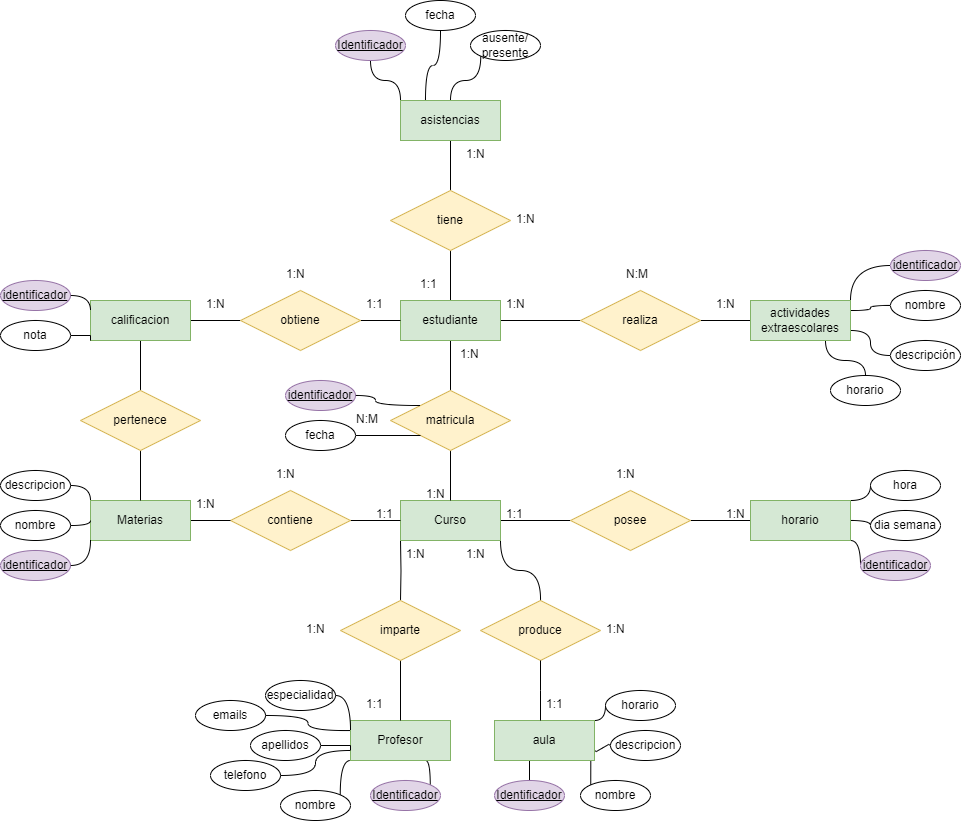
Earlier version of the draw.io export Unidad-1/Tareas/Tarea-8/tarea8.drawio.png (jdrguez/2-Daw). Source tidied: cells renumbered, new cells last; positions are measured from the earlier drawing's top-left corner, leaving out a move shared by most shapes.
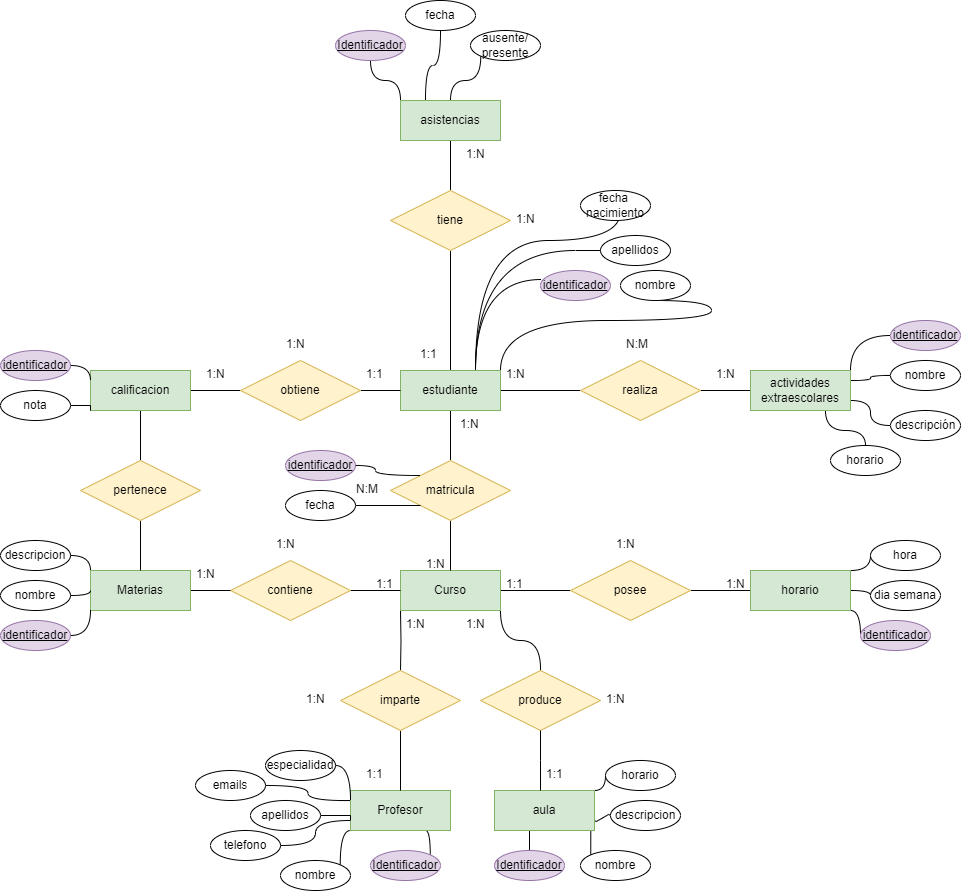
The same file after the commit.

The edit, as a diff of the source:
```diff
@@ -27,6 +27,27 @@
     <mxCell id="8" style="edgeStyle=orthogonalEdgeStyle;rounded=0;jettySize=auto;html=1;exitX=0.5;exitY=0;exitDx=0;exitDy=0;entryX=0.5;entryY=1;entryDx=0;entryDy=0;endArrow=none;endFill=0;" parent="1" edge="1" source="9" target="28">
       <mxGeometry relative="1" as="geometry" />
     </mxCell>
+    <mxCell id="116" style="edgeStyle=orthogonalEdgeStyle;rounded=0;jettySize=auto;html=1;exitX=0.75;exitY=0;exitDx=0;exitDy=0;curved=1;endArrow=none;endFill=0;entryX=0.014;entryY=0.3;entryDx=0;entryDy=0;entryPerimeter=0;" parent="1" edge="1" source="9" target="119">
+      <mxGeometry relative="1" as="geometry" />
+    </mxCell>
+    <mxCell id="117" style="edgeStyle=orthogonalEdgeStyle;rounded=0;jettySize=auto;html=1;exitX=1;exitY=0;exitDx=0;exitDy=0;curved=1;endArrow=none;endFill=0;entryX=0.5;entryY=1;entryDx=0;entryDy=0;" parent="1" edge="1" source="9" target="120">
+      <mxGeometry relative="1" as="geometry">
+        <Array as="points">
+          <mxPoint x="500" y="250" />
+          <mxPoint x="711" y="250" />
+          <mxPoint x="711" y="230" />
+        </Array>
+      </mxGeometry>
+    </mxCell>
+    <mxCell id="118" style="edgeStyle=orthogonalEdgeStyle;rounded=0;jettySize=auto;html=1;exitX=0.75;exitY=0;exitDx=0;exitDy=0;curved=1;endArrow=none;endFill=0;" parent="1" edge="1" source="9">
+      <mxGeometry relative="1" as="geometry">
+        <mxPoint x="620" y="140" as="targetPoint" />
+        <Array as="points">
+          <mxPoint x="475" y="170" />
+          <mxPoint x="621" y="170" />
+        </Array>
+      </mxGeometry>
+    </mxCell>
     <mxCell id="9" value="estudiante" style="whiteSpace=wrap;html=1;align=center;fillColor=#d5e8d4;strokeColor=#82b366;" parent="1" vertex="1">
       <mxGeometry x="400" y="300" width="100" height="40" as="geometry" />
     </mxCell>
@@ -85,7 +106,7 @@
       <mxGeometry relative="1" as="geometry" />
     </mxCell>
     <mxCell id="28" value="tiene" style="shape=rhombus;perimeter=rhombusPerimeter;whiteSpace=wrap;html=1;align=center;fillColor=#fff2cc;strokeColor=#d6b656;" parent="1" vertex="1">
-      <mxGeometry x="390" y="190" width="120" height="60" as="geometry" />
+      <mxGeometry x="390" y="120" width="120" height="60" as="geometry" />
     </mxCell>
     <mxCell id="29" style="edgeStyle=orthogonalEdgeStyle;rounded=0;jettySize=auto;html=1;exitX=0.25;exitY=0;exitDx=0;exitDy=0;entryX=0.5;entryY=1;entryDx=0;entryDy=0;curved=1;endArrow=none;endFill=0;" parent="1" edge="1" source="31" target="101">
       <mxGeometry relative="1" as="geometry" />
@@ -94,7 +115,7 @@
       <mxGeometry relative="1" as="geometry" />
     </mxCell>
     <mxCell id="31" value="asistencias" style="whiteSpace=wrap;html=1;align=center;fillColor=#d5e8d4;strokeColor=#82b366;" parent="1" vertex="1">
-      <mxGeometry x="400" y="100" width="100" height="40" as="geometry" />
+      <mxGeometry x="400" y="30" width="100" height="40" as="geometry" />
     </mxCell>
     <mxCell id="32" style="edgeStyle=orthogonalEdgeStyle;rounded=0;jettySize=auto;html=1;entryX=0;entryY=0.5;entryDx=0;entryDy=0;endArrow=none;endFill=0;" parent="1" edge="1" source="33" target="38">
       <mxGeometry relative="1" as="geometry" />
@@ -219,13 +240,13 @@
       <mxGeometry x="620" y="260" width="40" height="30" as="geometry" />
     </mxCell>
     <mxCell id="72" value="1:N" style="text;strokeColor=none;fillColor=none;spacingLeft=4;spacingRight=4;overflow=hidden;fontSize=12;whiteSpace=wrap;html=1;" parent="1" vertex="1">
-      <mxGeometry x="460" y="140" width="40" height="30" as="geometry" />
+      <mxGeometry x="460" y="70" width="40" height="30" as="geometry" />
     </mxCell>
     <mxCell id="73" value="1:1" style="text;strokeColor=none;fillColor=none;spacingLeft=4;spacingRight=4;overflow=hidden;fontSize=12;whiteSpace=wrap;html=1;" parent="1" vertex="1">
       <mxGeometry x="414" y="270" width="40" height="30" as="geometry" />
     </mxCell>
     <mxCell id="74" value="1:N" style="text;strokeColor=none;fillColor=none;spacingLeft=4;spacingRight=4;overflow=hidden;fontSize=12;whiteSpace=wrap;html=1;" parent="1" vertex="1">
-      <mxGeometry x="510" y="205" width="40" height="30" as="geometry" />
+      <mxGeometry x="510" y="135" width="40" height="30" as="geometry" />
     </mxCell>
     <mxCell id="75" value="&lt;u&gt;Identificador&lt;/u&gt;" style="ellipse;whiteSpace=wrap;html=1;align=center;fillColor=#e1d5e7;strokeColor=#9673a6;" parent="1" vertex="1">
       <mxGeometry x="494" y="780" width="70" height="30" as="geometry" />
@@ -305,13 +326,13 @@
       <mxGeometry relative="1" as="geometry" />
     </mxCell>
     <mxCell id="100" value="&lt;u&gt;Identificador&lt;/u&gt;" style="ellipse;whiteSpace=wrap;html=1;align=center;fillColor=#e1d5e7;strokeColor=#9673a6;" parent="1" vertex="1">
-      <mxGeometry x="335" y="30" width="70" height="30" as="geometry" />
+      <mxGeometry x="335" y="-40" width="70" height="30" as="geometry" />
     </mxCell>
     <mxCell id="101" value="fecha" style="ellipse;whiteSpace=wrap;html=1;align=center;" parent="1" vertex="1">
-      <mxGeometry x="405" width="70" height="30" as="geometry" />
+      <mxGeometry x="405" y="-70" width="70" height="30" as="geometry" />
     </mxCell>
     <mxCell id="102" value="ausente/&lt;br&gt;presente" style="ellipse;whiteSpace=wrap;html=1;align=center;" parent="1" vertex="1">
-      <mxGeometry x="470" y="30" width="70" height="30" as="geometry" />
+      <mxGeometry x="470" y="-40" width="70" height="30" as="geometry" />
     </mxCell>
     <mxCell id="103" style="edgeStyle=orthogonalEdgeStyle;rounded=0;jettySize=auto;html=1;exitX=1;exitY=0.5;exitDx=0;exitDy=0;entryX=0;entryY=1;entryDx=0;entryDy=0;curved=1;endArrow=none;endFill=0;" parent="1" edge="1" source="104" target="26">
       <mxGeometry relative="1" as="geometry" />
@@ -352,5 +373,25 @@
     <mxCell id="115" value="fecha" style="ellipse;whiteSpace=wrap;html=1;align=center;" parent="1" vertex="1">
       <mxGeometry x="285" y="420" width="70" height="30" as="geometry" />
     </mxCell>
+    <mxCell id="119" value="&lt;u&gt;identificador&lt;/u&gt;" style="ellipse;whiteSpace=wrap;html=1;align=center;fillColor=#e1d5e7;strokeColor=#9673a6;" parent="1" vertex="1">
+      <mxGeometry x="540" y="200" width="70" height="30" as="geometry" />
+    </mxCell>
+    <mxCell id="120" value="nombre" style="ellipse;whiteSpace=wrap;html=1;align=center;" parent="1" vertex="1">
+      <mxGeometry x="620" y="200" width="70" height="30" as="geometry" />
+    </mxCell>
+    <mxCell id="121" style="edgeStyle=orthogonalEdgeStyle;rounded=0;jettySize=auto;html=1;exitX=0.75;exitY=0;exitDx=0;exitDy=0;endArrow=none;endFill=0;curved=1;" parent="1" edge="1" source="9" target="122">
+      <mxGeometry relative="1" as="geometry">
+        <Array as="points">
+          <mxPoint x="475" y="180" />
+          <mxPoint x="675" y="180" />
+        </Array>
+      </mxGeometry>
+    </mxCell>
+    <mxCell id="122" value="apellidos" style="ellipse;whiteSpace=wrap;html=1;align=center;" parent="1" vertex="1">
+      <mxGeometry x="600" y="165" width="70" height="30" as="geometry" />
+    </mxCell>
+    <mxCell id="123" value="fecha&amp;nbsp;&lt;br&gt;nacimiento" style="ellipse;whiteSpace=wrap;html=1;align=center;" parent="1" vertex="1">
+      <mxGeometry x="580" y="120" width="70" height="30" as="geometry" />
+    </mxCell>
   </root>
 </mxGraphModel>
```
